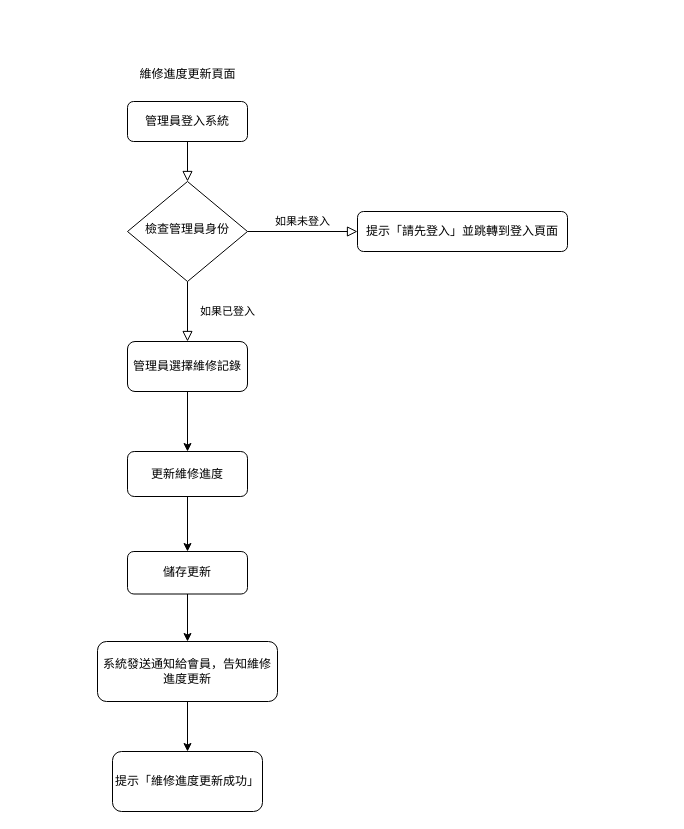
This is 系統流程圖(維修進度更新頁面).drawio from hak99101314/Maintenance-inquiry-system, a draw.io file, before an edit. Source tidied: cells renumbered, new cells numbered last; positions are measured from the earlier drawing's top-left corner, leaving out a move shared by most shapes. Both pictures are drawn from the tidied source at 100%, with x=0, y=0 at pixel (97, 59).
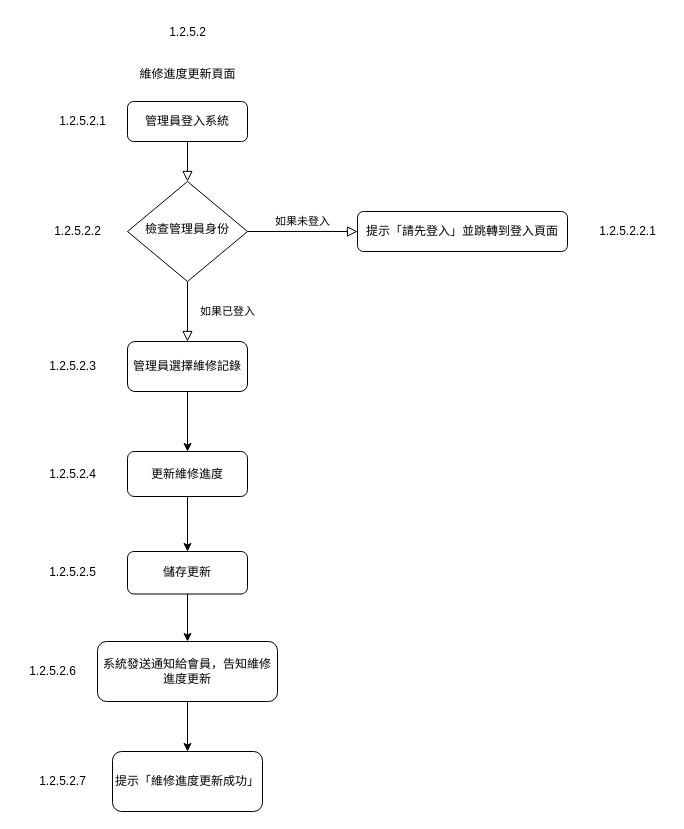
The same diagram, later.

Commit message:
更新系統流程圖(維修進度更新頁面).drawio

The edit, as a diff of the source:
```diff
@@
+    <mxCell id="18" value="1.2.5.2" style="text;html=1;align=center;verticalAlign=middle;strokeColor=none;fillColor=none;" parent="1" vertex="1">
+      <mxGeometry x="60" y="-42" width="60" height="30" as="geometry" />
+    </mxCell>
+    <mxCell id="19" value="1.2.5.2.1" style="text;html=1;align=center;verticalAlign=middle;strokeColor=none;fillColor=none;" parent="1" vertex="1">
+      <mxGeometry x="-50" y="47" width="70" height="30" as="geometry" />
+    </mxCell>
+    <mxCell id="20" value="1.2.5.2.2" style="text;html=1;align=center;verticalAlign=middle;strokeColor=none;fillColor=none;" parent="1" vertex="1">
+      <mxGeometry x="-55" y="157" width="70" height="30" as="geometry" />
+    </mxCell>
+    <mxCell id="21" value="1.2.5.2.2.1" style="text;html=1;align=center;verticalAlign=middle;strokeColor=none;fillColor=none;" parent="1" vertex="1">
+      <mxGeometry x="490" y="157" width="80" height="30" as="geometry" />
+    </mxCell>
+    <mxCell id="22" value="1.2.5.2.3" style="text;html=1;align=center;verticalAlign=middle;strokeColor=none;fillColor=none;" parent="1" vertex="1">
+      <mxGeometry x="-60" y="292" width="70" height="30" as="geometry" />
+    </mxCell>
+    <mxCell id="23" value="1.2.5.2.4" style="text;html=1;align=center;verticalAlign=middle;strokeColor=none;fillColor=none;" parent="1" vertex="1">
+      <mxGeometry x="-60" y="399.5" width="70" height="30" as="geometry" />
+    </mxCell>
+    <mxCell id="24" value="1.2.5.2.5" style="text;html=1;align=center;verticalAlign=middle;strokeColor=none;fillColor=none;" parent="1" vertex="1">
+      <mxGeometry x="-60" y="498.2" width="70" height="30" as="geometry" />
+    </mxCell>
+    <mxCell id="25" value="1.2.5.2.6" style="text;html=1;align=center;verticalAlign=middle;strokeColor=none;fillColor=none;" parent="1" vertex="1">
+      <mxGeometry x="-80" y="597" width="70" height="30" as="geometry" />
+    </mxCell>
+    <mxCell id="26" value="1.2.5.2.7" style="text;html=1;align=center;verticalAlign=middle;strokeColor=none;fillColor=none;" parent="1" vertex="1">
+      <mxGeometry x="-70" y="707" width="70" height="30" as="geometry" />
+    </mxCell>
```
